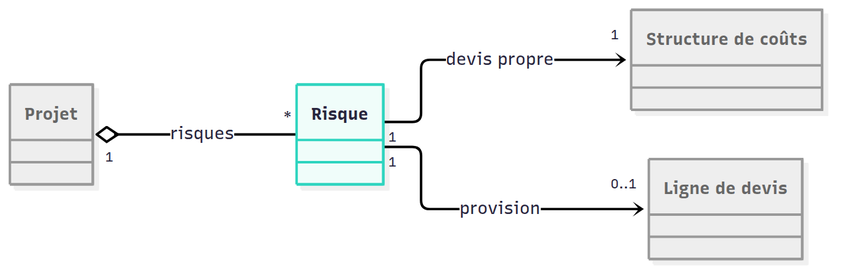
Above: docs/spec/figures/modele-risques.png in waterfall-project/wf-project (Mermaid), before the change. Its source is kept beside it as docs/spec/figures/modele-risques.mmd.
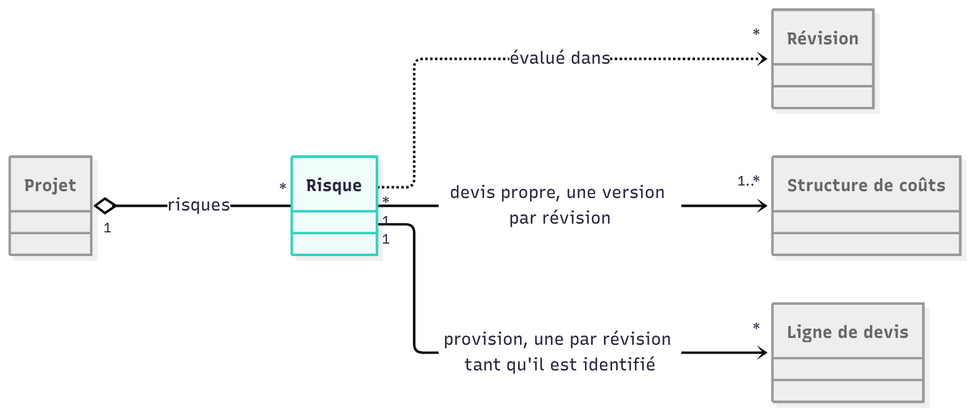
After the commit.

Commit message:
Spécification : les 74 constats de la troisième passe acceptés par l'auteur, figures 7 et 18 mises à jour, statuts à « intégré »

Diff of the diagram source:
```diff
@@ -2,13 +2,16 @@
     direction LR
     class Projet["Projet"]
     class Risque["Risque"]
+    class Revision["Révision"]
     class Structure["Structure de coûts"]
     class LigneDevis["Ligne de devis"]
 
     Projet "1" o-- "*" Risque : risques
-    Risque "1" --> "1" Structure : devis propre
-    Risque "1" --> "0..1" LigneDevis : provision
+    Risque "*" ..> "*" Revision : évalué dans
+    Risque "1" --> "1..*" Structure : devis propre, une version par révision
+    Risque "1" --> "*" LigneDevis : provision, une par révision tant qu'il est identifié
 
     style Projet fill:#eeeeee,stroke:#999999,color:#666666
+    style Revision fill:#eeeeee,stroke:#999999,color:#666666
     style Structure fill:#eeeeee,stroke:#999999,color:#666666
     style LigneDevis fill:#eeeeee,stroke:#999999,color:#666666
```
